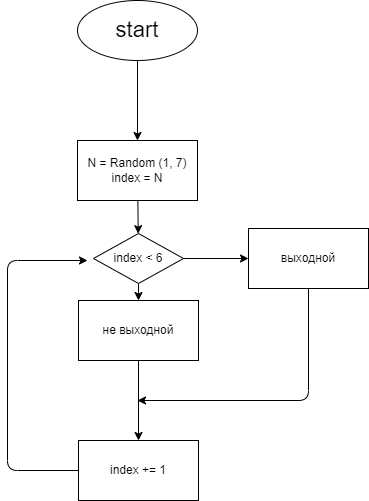
Before: Ex003/diagram.drawio.png, a diagram exported from draw.io (YuVasilya/Home_work_2). Source tidied: cells renumbered, new cells last; positions are measured from the earlier drawing's top-left corner, leaving out a move shared by most shapes.
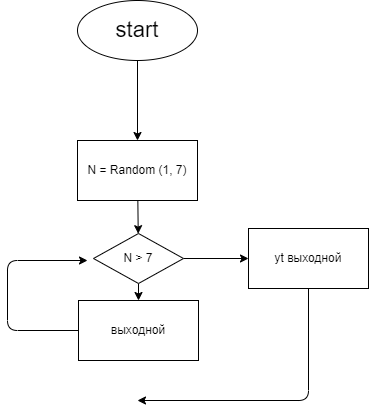
The same diagram one commit later.

Diff of the diagram source:
```diff
@@ -11,7 +11,7 @@
     <mxCell id="4" style="edgeStyle=none;html=1;fontSize=22;" parent="1" edge="1" source="5" target="8">
       <mxGeometry relative="1" as="geometry" />
     </mxCell>
-    <mxCell id="5" value="N = Random (1, 7)&lt;br&gt;index = N" style="whiteSpace=wrap;html=1;" parent="1" vertex="1">
+    <mxCell id="5" value="N = Random (1, 7)" style="whiteSpace=wrap;html=1;" parent="1" vertex="1">
       <mxGeometry x="70" y="140" width="120" height="60" as="geometry" />
     </mxCell>
     <mxCell id="6" style="edgeStyle=none;html=1;fontSize=22;" parent="1" edge="1" source="8" target="10">
@@ -20,21 +20,15 @@
     <mxCell id="7" style="edgeStyle=none;html=1;fontSize=22;" parent="1" edge="1" source="8" target="11">
       <mxGeometry relative="1" as="geometry" />
     </mxCell>
-    <mxCell id="8" value="index &amp;lt; 6" style="rhombus;whiteSpace=wrap;html=1;" parent="1" vertex="1">
+    <mxCell id="8" value="N &amp;gt; 7" style="rhombus;whiteSpace=wrap;html=1;" parent="1" vertex="1">
       <mxGeometry x="86" y="233" width="90" height="50" as="geometry" />
     </mxCell>
-    <mxCell id="9" style="edgeStyle=none;html=1;fontSize=22;" parent="1" edge="1" source="10" target="12">
-      <mxGeometry relative="1" as="geometry" />
-    </mxCell>
-    <mxCell id="10" value="не выходной" style="whiteSpace=wrap;html=1;" parent="1" vertex="1">
+    <mxCell id="10" value="выходной" style="whiteSpace=wrap;html=1;" parent="1" vertex="1">
       <mxGeometry x="71" y="300" width="120" height="60" as="geometry" />
     </mxCell>
-    <mxCell id="11" value="выходной" style="whiteSpace=wrap;html=1;" parent="1" vertex="1">
+    <mxCell id="11" value="yt выходной" style="whiteSpace=wrap;html=1;" parent="1" vertex="1">
       <mxGeometry x="241" y="228" width="120" height="60" as="geometry" />
     </mxCell>
-    <mxCell id="12" value="index += 1" style="whiteSpace=wrap;html=1;" parent="1" vertex="1">
-      <mxGeometry x="71" y="440" width="120" height="60" as="geometry" />
-    </mxCell>
     <mxCell id="13" style="endArrow=classic;html=1;fontSize=22;exitX=0.5;exitY=1;exitDx=0;exitDy=0;" parent="1" edge="1" source="11">
       <mxGeometry relative="1" as="geometry">
         <mxPoint x="130" y="400" as="targetPoint" />
@@ -43,11 +37,11 @@
         </Array>
       </mxGeometry>
     </mxCell>
-    <mxCell id="14" style="endArrow=classic;html=1;fontSize=22;exitX=0;exitY=0.5;exitDx=0;exitDy=0;" parent="1" edge="1" source="12">
+    <mxCell id="14" style="endArrow=classic;html=1;fontSize=22;exitX=0;exitY=0.5;exitDx=0;exitDy=0;" parent="1" edge="1" source="10">
       <mxGeometry relative="1" as="geometry">
         <mxPoint x="80" y="260" as="targetPoint" />
         <Array as="points">
-          <mxPoint y="470" />
+          <mxPoint y="330" />
           <mxPoint y="260" />
         </Array>
       </mxGeometry>
```
